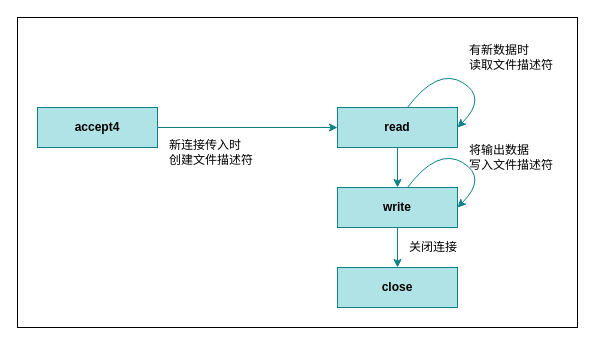
Before: eBPF-HTTP.drawio in wrongerror/diagrams, a draw.io diagram. Source tidied: cells renumbered, new cells numbered last; positions are measured from the earlier drawing's top-left corner, leaving out a move shared by most shapes. Both pictures are drawn from the tidied source at 100%, with x=0, y=0 at pixel (17, 17).
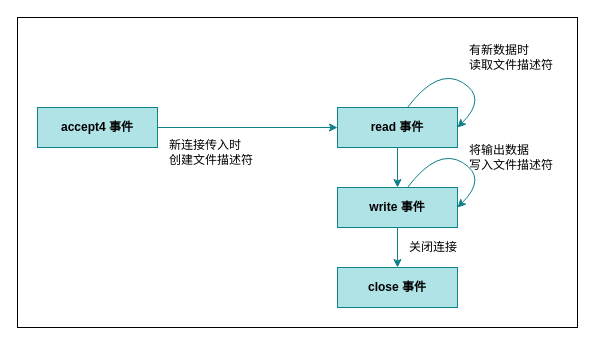
The same diagram, later.

The edit, as a diff of the source:
```diff
@@
 <mxGraphModel>
   <root>
     <mxCell id="0" />
     <mxCell id="1" parent="0" />
     <mxCell id="2" style="rounded=0;whiteSpace=wrap;html=1;" parent="1" vertex="1">
       <mxGeometry width="560" height="310" as="geometry" />
     </mxCell>
     <mxCell id="3" style="edgeStyle=orthogonalEdgeStyle;rounded=0;jettySize=auto;html=1;entryX=0;entryY=0.5;entryDx=0;entryDy=0;fillColor=#b0e3e6;strokeColor=#0e8088;" parent="1" edge="1" source="4" target="6">
       <mxGeometry relative="1" as="geometry" />
     </mxCell>
-    <mxCell id="4" value="accept4" style="rounded=0;whiteSpace=wrap;html=1;fontStyle=1;fillColor=#b0e3e6;strokeColor=#0e8088;" parent="1" vertex="1">
+    <mxCell id="4" value="accept4 事件" style="rounded=0;whiteSpace=wrap;html=1;fontStyle=1;fillColor=#b0e3e6;strokeColor=#0e8088;" parent="1" vertex="1">
       <mxGeometry x="20" y="90" width="120" height="40" as="geometry" />
     </mxCell>
     <mxCell id="5" style="edgeStyle=orthogonalEdgeStyle;rounded=0;jettySize=auto;html=1;exitX=0.5;exitY=1;exitDx=0;exitDy=0;entryX=0.5;entryY=0;entryDx=0;entryDy=0;fillColor=#b0e3e6;strokeColor=#0e8088;" parent="1" edge="1" source="6" target="8">
       <mxGeometry relative="1" as="geometry" />
     </mxCell>
-    <mxCell id="6" value="read" style="rounded=0;whiteSpace=wrap;html=1;fontStyle=1;fillColor=#b0e3e6;strokeColor=#0e8088;" parent="1" vertex="1">
+    <mxCell id="6" value="read 事件" style="rounded=0;whiteSpace=wrap;html=1;fontStyle=1;fillColor=#b0e3e6;strokeColor=#0e8088;" parent="1" vertex="1">
       <mxGeometry x="320" y="90" width="120" height="40" as="geometry" />
     </mxCell>
     <mxCell id="7" style="edgeStyle=orthogonalEdgeStyle;rounded=0;jettySize=auto;html=1;exitX=0.5;exitY=1;exitDx=0;exitDy=0;entryX=0.5;entryY=0;entryDx=0;entryDy=0;fillColor=#b0e3e6;strokeColor=#0e8088;" parent="1" edge="1" source="8" target="9">
       <mxGeometry relative="1" as="geometry" />
     </mxCell>
-    <mxCell id="8" value="write" style="rounded=0;whiteSpace=wrap;html=1;fontStyle=1;fillColor=#b0e3e6;strokeColor=#0e8088;" parent="1" vertex="1">
+    <mxCell id="8" value="write 事件" style="rounded=0;whiteSpace=wrap;html=1;fontStyle=1;fillColor=#b0e3e6;strokeColor=#0e8088;" parent="1" vertex="1">
       <mxGeometry x="320" y="170" width="120" height="40" as="geometry" />
     </mxCell>
-    <mxCell id="9" value="close" style="rounded=0;whiteSpace=wrap;html=1;fontStyle=1;fillColor=#b0e3e6;strokeColor=#0e8088;" parent="1" vertex="1">
+    <mxCell id="9" value="close 事件" style="rounded=0;whiteSpace=wrap;html=1;fontStyle=1;fillColor=#b0e3e6;strokeColor=#0e8088;" parent="1" vertex="1">
       <mxGeometry x="320" y="250" width="120" height="40" as="geometry" />
     </mxCell>
     <mxCell id="10" style="curved=1;endArrow=classic;html=1;rounded=0;exitX=0.583;exitY=0;exitDx=0;exitDy=0;entryX=1;entryY=0.5;entryDx=0;entryDy=0;exitPerimeter=0;fillColor=#b0e3e6;strokeColor=#0e8088;" parent="1" edge="1" source="6" target="6">
       <mxGeometry relative="1" as="geometry">
         <Array as="points">
           <mxPoint x="420" y="50" />
           <mxPoint x="470" y="80" />
         </Array>
       </mxGeometry>
     </mxCell>
     <mxCell id="11" style="curved=1;endArrow=classic;html=1;rounded=0;fillColor=#b0e3e6;strokeColor=#0e8088;" parent="1" edge="1">
       <mxGeometry relative="1" as="geometry">
         <mxPoint x="390" y="170" as="sourcePoint" />
         <mxPoint x="440" y="190" as="targetPoint" />
         <Array as="points">
           <mxPoint x="420" y="130" />
           <mxPoint x="470" y="160" />
         </Array>
       </mxGeometry>
     </mxCell>
     <mxCell id="12" value="新连接传入时&lt;br&gt;创建文件描述符" style="text;strokeColor=none;fillColor=none;align=left;verticalAlign=middle;whiteSpace=wrap;rounded=0;fontSize=12;fontFamily=Helvetica;html=1;" parent="1" vertex="1">
       <mxGeometry x="150" y="120" width="160" height="30" as="geometry" />
     </mxCell>
     <mxCell id="13" value="有新数据时&lt;br&gt;读取文件描述符" style="text;strokeColor=none;fillColor=none;align=left;verticalAlign=middle;whiteSpace=wrap;rounded=0;fontSize=12;fontFamily=Helvetica;html=1;" parent="1" vertex="1">
       <mxGeometry x="450" y="20" width="90" height="40" as="geometry" />
     </mxCell>
     <mxCell id="14" value="将输出数据&lt;br&gt;写入文件描述符" style="text;strokeColor=none;fillColor=none;align=left;verticalAlign=middle;whiteSpace=wrap;rounded=0;fontSize=12;fontFamily=Helvetica;html=1;" parent="1" vertex="1">
       <mxGeometry x="450" y="120" width="90" height="40" as="geometry" />
     </mxCell>
     <mxCell id="15" value="关闭连接" style="text;strokeColor=none;fillColor=none;align=left;verticalAlign=middle;whiteSpace=wrap;rounded=0;fontSize=12;fontFamily=Helvetica;html=1;" parent="1" vertex="1">
       <mxGeometry x="390" y="220" width="60" height="20" as="geometry" />
     </mxCell>
   </root>
 </mxGraphModel>
```
